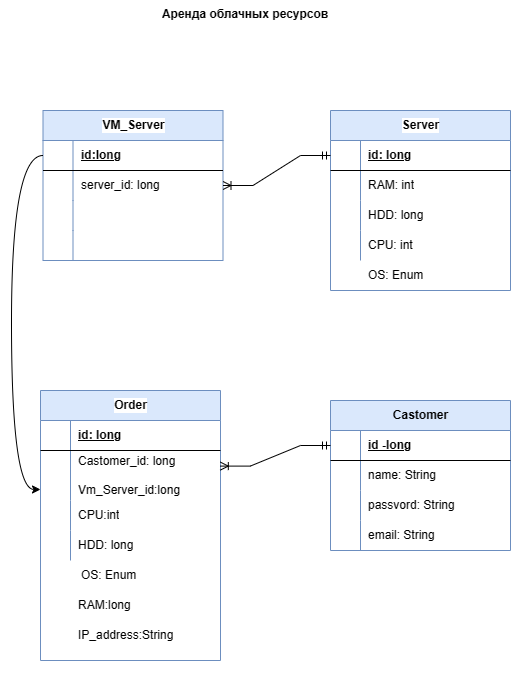
Inna7777/SoftWare_Architecture keeps this draw.io diagram as src/lesson9/ERD_diagramm.png. Above is the earlier version. Source tidied: cells renumbered, new cells last; positions are measured from the earlier drawing's top-left corner, leaving out a move shared by most shapes.
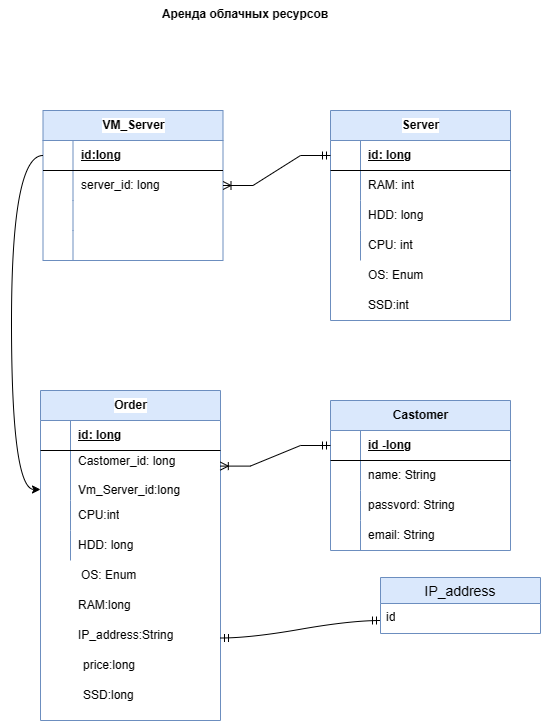
Above is the later version.

Commit message:
ERD Renting cloud resources-change

What changed in the source:
```diff
@@ -42,7 +42,7 @@
       <mxGeometry x="30" width="150" height="30" as="geometry" />
     </mxCell>
     <mxCell id="15" value="Server" style="shape=table;startSize=30;rowLines=0;fontStyle=1;align=center;html=1;fillColor=#dae8fc;strokeColor=#6c8ebf;labelBackgroundColor=#FFFFFF;" parent="1" vertex="1">
-      <mxGeometry x="330" y="110" width="180" height="180" as="geometry" />
+      <mxGeometry x="330" y="110" width="180" height="210" as="geometry" />
     </mxCell>
     <mxCell id="16" style="shape=tableRow;horizontal=0;startSize=0;swimlaneHead=0;swimlaneBody=0;fillColor=none;points=[[0,0.5],[1,0.5]];portConstraint=eastwest;top=0;left=0;right=0;bottom=1;" parent="15" vertex="1">
       <mxGeometry y="30" width="180" height="30" as="geometry" />
@@ -81,7 +81,7 @@
       <mxGeometry x="30" width="150" height="30" as="geometry" />
     </mxCell>
     <mxCell id="28" value="Order" style="shape=table;startSize=30;rowLines=0;fontStyle=1;align=center;html=1;fillColor=#dae8fc;strokeColor=#6c8ebf;labelBackgroundColor=#FFFFFF;" parent="1" vertex="1">
-      <mxGeometry x="40" y="390" width="180" height="270" as="geometry" />
+      <mxGeometry x="40" y="390" width="180" height="330" as="geometry" />
     </mxCell>
     <mxCell id="29" style="shape=tableRow;horizontal=0;startSize=0;swimlaneHead=0;swimlaneBody=0;fillColor=none;top=0;left=0;right=0;bottom=1;" parent="28" vertex="1">
       <mxGeometry y="30" width="180" height="30" as="geometry" />
@@ -203,5 +203,25 @@
     <mxCell id="65" value="&lt;b&gt;Аренда облачных ресурсов&lt;/b&gt;" style="text;strokeColor=none;fillColor=none;spacingLeft=4;spacingRight=4;overflow=hidden;fontSize=12;whiteSpace=wrap;html=1;align=center;" parent="1" vertex="1">
       <mxGeometry x="120" width="250" height="30" as="geometry" />
     </mxCell>
+    <mxCell id="66" value="price:long" style="shape=partialRectangle;fillColor=none;top=0;left=0;bottom=0;right=0;align=left;spacingLeft=6;overflow=hidden;whiteSpace=wrap;html=1;" parent="1" vertex="1">
+      <mxGeometry x="75" y="650" width="145" height="30" as="geometry" />
+    </mxCell>
+    <mxCell id="67" value="SSD:int" style="shape=partialRectangle;fillColor=none;top=0;left=0;bottom=0;right=0;align=left;spacingLeft=6;overflow=hidden;whiteSpace=wrap;html=1;" parent="1" vertex="1">
+      <mxGeometry x="360" y="290" width="150" height="30" as="geometry" />
+    </mxCell>
+    <mxCell id="68" value="SSD:long" style="shape=partialRectangle;fillColor=none;top=0;left=0;bottom=0;right=0;align=left;spacingLeft=6;overflow=hidden;whiteSpace=wrap;html=1;" parent="1" vertex="1">
+      <mxGeometry x="75" y="680" width="145" height="30" as="geometry" />
+    </mxCell>
+    <mxCell id="69" value="IP_address" style="swimlane;fontStyle=0;horizontal=1;startSize=26;align=center;fontSize=14;fillColor=#dae8fc;strokeColor=#6c8ebf;" parent="1" vertex="1">
+      <mxGeometry x="380" y="577" width="160" height="56" as="geometry" />
+    </mxCell>
+    <mxCell id="70" value="id" style="text;strokeColor=none;fillColor=none;spacingLeft=4;spacingRight=4;overflow=hidden;fontSize=12;whiteSpace=wrap;html=1;" parent="69" vertex="1">
+      <mxGeometry y="26" width="160" height="30" as="geometry" />
+    </mxCell>
+    <mxCell id="71" style="edgeStyle=entityRelationEdgeStyle;fontSize=12;html=1;endArrow=ERmandOne;startArrow=ERmandOne;rounded=0;curved=1;exitX=1;exitY=0.75;exitDx=0;exitDy=0;" parent="1" edge="1" source="28">
+      <mxGeometry relative="1" as="geometry">
+        <mxPoint x="380" y="620" as="targetPoint" />
+      </mxGeometry>
+    </mxCell>
   </root>
 </mxGraphModel>
```
